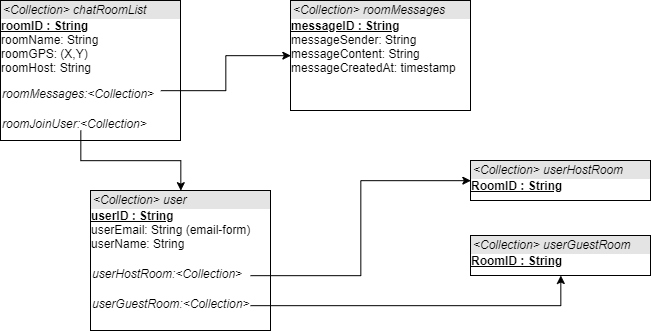
Before: deliverables/database_structure.png, a diagram exported from draw.io (NerdInRoom/virtualtraveler-vue). Source tidied: cells renumbered, new cells last; positions are measured from the earlier drawing's top-left corner, leaving out a move shared by most shapes.
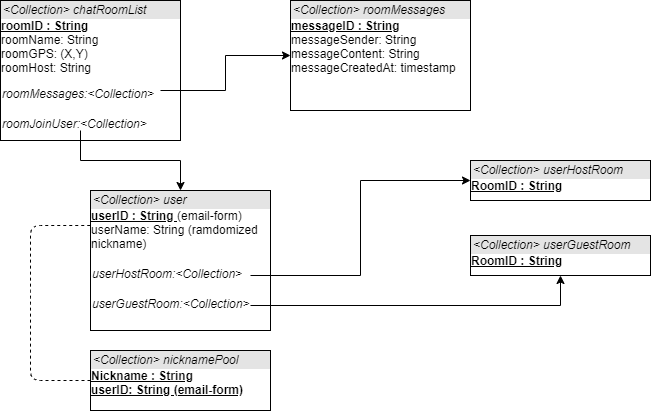
The same file after the commit.

What changed in the source:
```diff
@@ -14,7 +14,7 @@
     <mxCell id="5" style="group;" parent="1" vertex="1">
       <mxGeometry x="90" y="190" width="180" height="140" as="geometry" />
     </mxCell>
-    <mxCell id="6" value="&lt;div style=&quot;box-sizing: border-box ; width: 100% ; background: #e4e4e4 ; padding: 2px&quot;&gt;&lt;i&gt;&amp;lt;Collection&amp;gt; user&lt;/i&gt;&lt;/div&gt;&lt;u&gt;&lt;b&gt;userID : String&lt;/b&gt;&lt;/u&gt;&lt;br&gt;userEmail: String (email-form)&lt;br&gt;userName: String&lt;br&gt;" style="verticalAlign=top;align=left;overflow=fill;html=1;" parent="5" vertex="1">
+    <mxCell id="6" value="&lt;div style=&quot;box-sizing: border-box ; width: 100% ; background: #e4e4e4 ; padding: 2px&quot;&gt;&lt;i&gt;&amp;lt;Collection&amp;gt; user&lt;/i&gt;&lt;/div&gt;&lt;u&gt;&lt;b&gt;userID : String&amp;nbsp;&lt;/b&gt;&lt;/u&gt;(email-form)&lt;br&gt;userName: String (ramdomized&lt;br&gt;nickname)" style="verticalAlign=top;align=left;overflow=fill;html=1;" parent="5" vertex="1">
       <mxGeometry width="180" height="140" as="geometry" />
     </mxCell>
     <mxCell id="7" value="&lt;i&gt;userHostRoom:&amp;lt;Collection&amp;gt;&lt;/i&gt;" style="text;html=1;" parent="5" vertex="1">
@@ -55,5 +55,17 @@
         </Array>
       </mxGeometry>
     </mxCell>
+    <mxCell id="18" value="&lt;div style=&quot;box-sizing: border-box ; width: 100% ; background: #e4e4e4 ; padding: 2px&quot;&gt;&lt;i&gt;&amp;lt;Collection&amp;gt; nicknamePool&lt;/i&gt;&lt;/div&gt;&lt;u&gt;&lt;b&gt;Nickname : String&lt;br&gt;userID: String (email-form)&lt;br&gt;&lt;/b&gt;&lt;/u&gt;" style="verticalAlign=top;align=left;overflow=fill;html=1;" parent="1" vertex="1">
+      <mxGeometry x="90" y="350" width="180" height="60" as="geometry" />
+    </mxCell>
+    <mxCell id="19" style="endArrow=none;dashed=1;html=1;entryX=0;entryY=0.25;entryDx=0;entryDy=0;exitX=0;exitY=0.5;exitDx=0;exitDy=0;" parent="1" edge="1" source="18" target="6">
+      <mxGeometry relative="1" as="geometry">
+        <Array as="points">
+          <mxPoint x="30" y="380" />
+          <mxPoint x="30" y="300" />
+          <mxPoint x="30" y="225" />
+        </Array>
+      </mxGeometry>
+    </mxCell>
   </root>
 </mxGraphModel>
```
